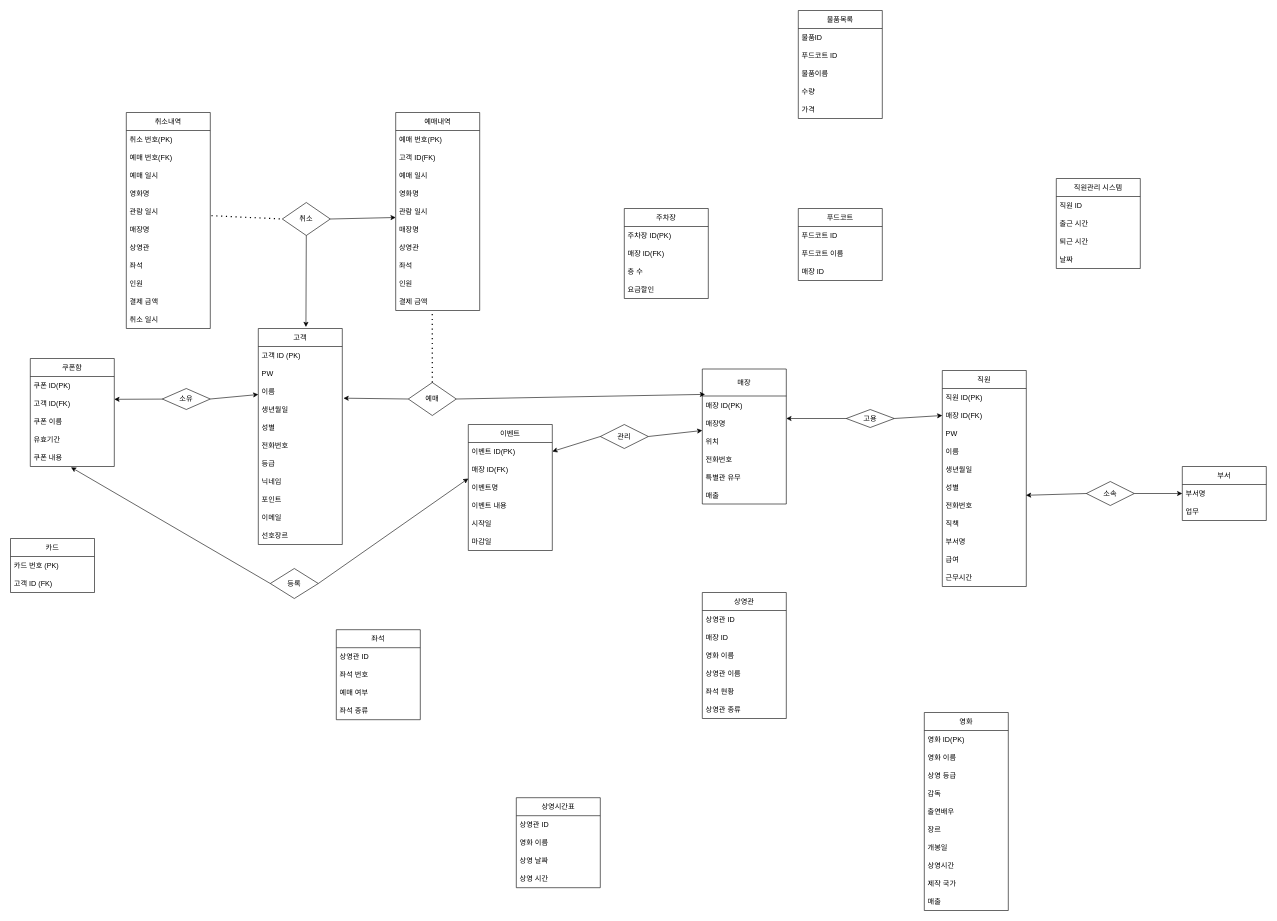
This is 영화관 merged.drawio from chacha0707/db, a draw.io file, before an edit. Source tidied: cells renumbered, new cells numbered last; positions are measured from the earlier drawing's top-left corner, leaving out a move shared by most shapes. Both pictures are drawn from the tidied source at 60%, with x=0, y=0 at pixel (10, 10).
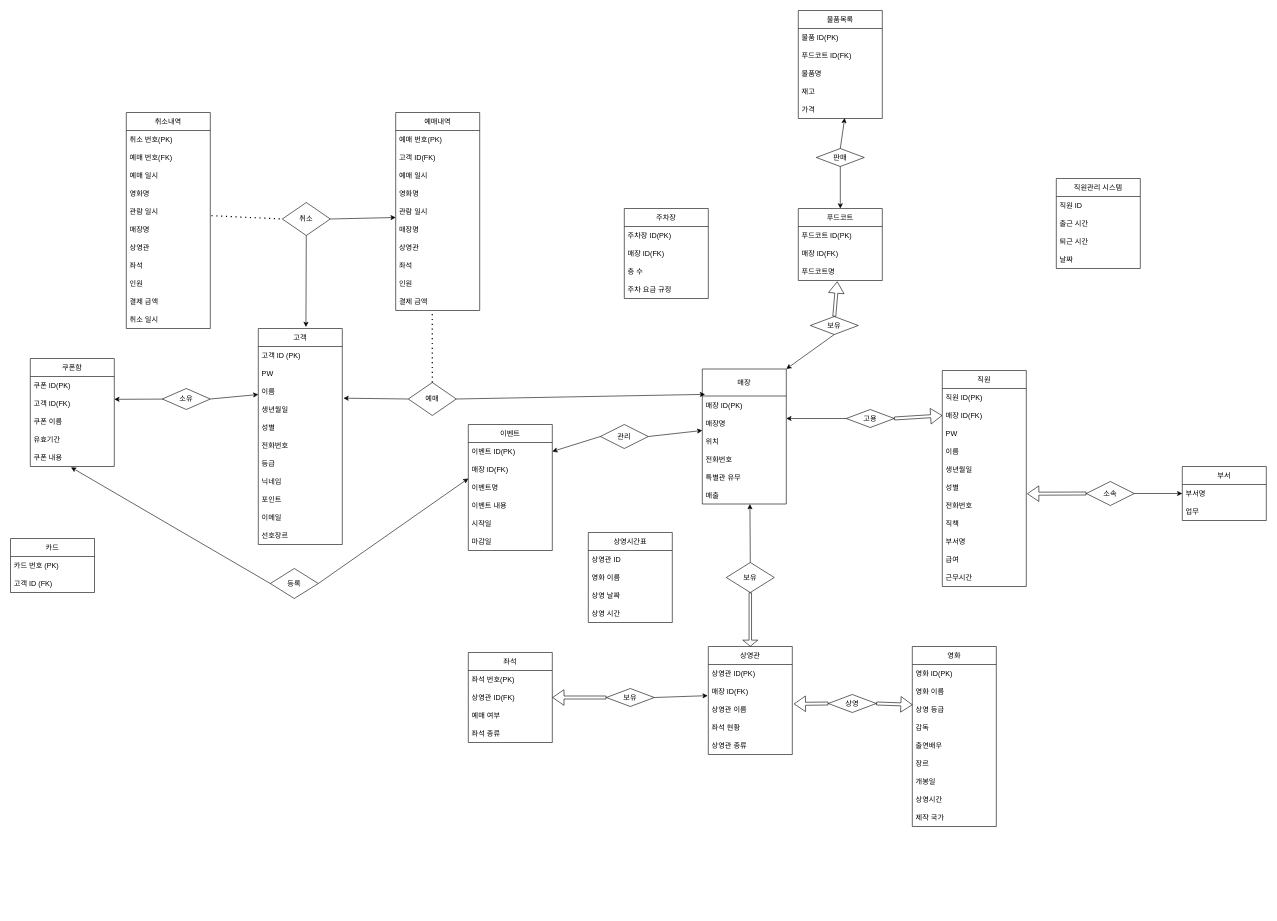
After the change.

The change refers to these unchanged cells:
```xml
<mxCell id="17" value="상영 등급" style="text;strokeColor=none;fillColor=none;align=left;verticalAlign=middle;spacingLeft=4;spacingRight=4;overflow=hidden;points=[[0,0.5],[1,0.5]];portConstraint=eastwest;" parent="14" vertex="1">
  <mxGeometry y="90" width="140" height="30" as="geometry" />
</mxCell>
<mxCell id="39" value="매장" style="swimlane;fontStyle=0;horizontal=1;startSize=45;" parent="1" vertex="1">
  <mxGeometry x="1153" y="597.5" width="140" height="225" as="geometry" />
</mxCell>
<mxCell id="45" value="매출" style="text;strokeColor=none;fillColor=none;align=left;verticalAlign=middle;spacingLeft=4;spacingRight=4;overflow=hidden;points=[[0,0.5],[1,0.5]];portConstraint=eastwest;" parent="39" vertex="1">
  <mxGeometry y="195" width="140" height="30" as="geometry" />
</mxCell>
<mxCell id="48" value="매장 ID(FK)" style="text;strokeColor=none;fillColor=none;align=left;verticalAlign=middle;spacingLeft=4;spacingRight=4;overflow=hidden;points=[[0,0.5],[1,0.5]];portConstraint=eastwest;" parent="46" vertex="1">
  <mxGeometry y="60" width="140" height="30" as="geometry" />
</mxCell>
<mxCell id="52" value="성별" style="text;strokeColor=none;fillColor=none;align=left;verticalAlign=middle;spacingLeft=4;spacingRight=4;overflow=hidden;points=[[0,0.5],[1,0.5]];portConstraint=eastwest;" parent="46" vertex="1">
  <mxGeometry y="180" width="140" height="30" as="geometry" />
</mxCell>
<mxCell id="59" value="부서명" style="text;strokeColor=none;fillColor=none;align=left;verticalAlign=middle;spacingLeft=4;spacingRight=4;overflow=hidden;points=[[0,0.5],[1,0.5]];portConstraint=eastwest;" parent="58" vertex="1">
  <mxGeometry y="30" width="140" height="30" as="geometry" />
</mxCell>
<mxCell id="90" value="푸드코트" style="swimlane;fontStyle=0;horizontal=1;startSize=30;" parent="1" vertex="1">
  <mxGeometry x="1313" y="330" width="140" height="120" as="geometry" />
</mxCell>
<mxCell id="100" value="물품목록" style="swimlane;fontStyle=0;horizontal=1;startSize=30;" parent="1" vertex="1">
  <mxGeometry x="1313" width="140" height="180" as="geometry" />
</mxCell>
<mxCell id="105" value="가격" style="text;strokeColor=none;fillColor=none;align=left;verticalAlign=middle;spacingLeft=4;spacingRight=4;overflow=hidden;points=[[0,0.5],[1,0.5]];portConstraint=eastwest;" parent="100" vertex="1">
  <mxGeometry y="150" width="140" height="30" as="geometry" />
</mxCell>
<mxCell id="106" value="주차장" style="swimlane;fontStyle=0;horizontal=1;startSize=30;" parent="1" vertex="1">
  <mxGeometry x="1023" y="330" width="140" height="150" as="geometry" />
</mxCell>
<mxCell id="140" value="고용" style="rhombus;whiteSpace=wrap;html=1;" parent="1" vertex="1">
  <mxGeometry x="1392.9" y="665" width="80" height="30" as="geometry" />
</mxCell>
<mxCell id="143" value="소속" style="rhombus;whiteSpace=wrap;html=1;" parent="1" vertex="1">
  <mxGeometry x="1793" y="785" width="80" height="40" as="geometry" />
</mxCell>
```

What changed in the source:
```diff
@@
     <mxCell id="14" value="영화" style="swimlane;fontStyle=0;horizontal=1;startSize=30;" parent="1" vertex="1">
-      <mxGeometry x="1523" y="1170" width="140" height="330" as="geometry" />
+      <mxGeometry x="1503" y="1060" width="140" height="300" as="geometry" />
     </mxCell>
@@
-    <mxCell id="24" value="매출" style="text;strokeColor=none;fillColor=none;align=left;verticalAlign=middle;spacingLeft=4;spacingRight=4;overflow=hidden;" parent="14" vertex="1">
-      <mxGeometry y="300" width="140" height="30" as="geometry" />
-    </mxCell>
@@
     <mxCell id="27" value="상영시간표" style="swimlane;fontStyle=0;horizontal=1;startSize=30;" parent="1" vertex="1">
-      <mxGeometry x="843" y="1312" width="140" height="150" as="geometry" />
+      <mxGeometry x="963" y="870" width="140" height="150" as="geometry" />
     </mxCell>
@@
     <mxCell id="32" value="상영관" style="swimlane;fontStyle=0;horizontal=1;startSize=30;" parent="1" vertex="1">
-      <mxGeometry x="1153" y="970" width="140" height="210" as="geometry" />
+      <mxGeometry x="1163" y="1060" width="140" height="180" as="geometry" />
     </mxCell>
-    <mxCell id="33" value="상영관 ID" style="text;strokeColor=none;fillColor=none;align=left;verticalAlign=middle;spacingLeft=4;spacingRight=4;overflow=hidden;" parent="32" vertex="1">
+    <mxCell id="33" value="상영관 ID(PK)" style="text;strokeColor=none;fillColor=none;align=left;verticalAlign=middle;spacingLeft=4;spacingRight=4;overflow=hidden;" parent="32" vertex="1">
       <mxGeometry y="30" width="140" height="30" as="geometry" />
     </mxCell>
-    <mxCell id="34" value="매장 ID" style="text;strokeColor=none;fillColor=none;align=left;verticalAlign=middle;spacingLeft=4;spacingRight=4;overflow=hidden;points=[[0,0.5],[1,0.5]];portConstraint=eastwest;" parent="32" vertex="1">
+    <mxCell id="34" value="매장 ID(FK)" style="text;strokeColor=none;fillColor=none;align=left;verticalAlign=middle;spacingLeft=4;spacingRight=4;overflow=hidden;points=[[0,0.5],[1,0.5]];portConstraint=eastwest;" parent="32" vertex="1">
       <mxGeometry y="60" width="140" height="30" as="geometry" />
     </mxCell>
-    <mxCell id="35" value="영화 이름" style="text;strokeColor=none;fillColor=none;align=left;verticalAlign=middle;spacingLeft=4;spacingRight=4;overflow=hidden;" parent="32" vertex="1">
-      <mxGeometry y="90" width="140" height="30" as="geometry" />
-    </mxCell>
     <mxCell id="36" value="상영관 이름" style="text;strokeColor=none;fillColor=none;align=left;verticalAlign=middle;spacingLeft=4;spacingRight=4;overflow=hidden;points=[[0,0.5],[1,0.5]];portConstraint=eastwest;" parent="32" vertex="1">
-      <mxGeometry y="120" width="140" height="30" as="geometry" />
+      <mxGeometry y="90" width="140" height="30" as="geometry" />
     </mxCell>
     <mxCell id="37" value="좌석 현황" style="text;strokeColor=none;fillColor=none;align=left;verticalAlign=middle;spacingLeft=4;spacingRight=4;overflow=hidden;" parent="32" vertex="1">
-      <mxGeometry y="150" width="140" height="30" as="geometry" />
+      <mxGeometry y="120" width="140" height="30" as="geometry" />
     </mxCell>
     <mxCell id="38" value="상영관 종류" style="text;strokeColor=none;fillColor=none;align=left;verticalAlign=middle;spacingLeft=4;spacingRight=4;overflow=hidden;" parent="32" vertex="1">
-      <mxGeometry y="180" width="140" height="30" as="geometry" />
+      <mxGeometry y="150" width="140" height="30" as="geometry" />
     </mxCell>
@@
     <mxCell id="73" value="좌석" style="swimlane;fontStyle=0;horizontal=1;startSize=30;" parent="1" vertex="1">
-      <mxGeometry x="543" y="1032" width="140" height="150" as="geometry" />
+      <mxGeometry x="763" y="1070" width="140" height="150" as="geometry" />
     </mxCell>
-    <mxCell id="74" value="상영관 ID" style="text;strokeColor=none;fillColor=none;align=left;verticalAlign=middle;spacingLeft=4;spacingRight=4;overflow=hidden;" parent="73" vertex="1">
+    <mxCell id="74" value="좌석 번호(PK)" style="text;strokeColor=none;fillColor=none;align=left;verticalAlign=middle;spacingLeft=4;spacingRight=4;overflow=hidden;" parent="73" vertex="1">
       <mxGeometry y="30" width="140" height="30" as="geometry" />
     </mxCell>
-    <mxCell id="75" value="좌석 번호" style="text;strokeColor=none;fillColor=none;align=left;verticalAlign=middle;spacingLeft=4;spacingRight=4;overflow=hidden;points=[[0,0.5],[1,0.5]];portConstraint=eastwest;" parent="73" vertex="1">
+    <mxCell id="75" value="상영관 ID(FK)" style="text;strokeColor=none;fillColor=none;align=left;verticalAlign=middle;spacingLeft=4;spacingRight=4;overflow=hidden;points=[[0,0.5],[1,0.5]];portConstraint=eastwest;" parent="73" vertex="1">
       <mxGeometry y="60" width="140" height="30" as="geometry" />
     </mxCell>
@@
-    <mxCell id="91" value="푸드코트 ID" style="text;strokeColor=none;fillColor=none;align=left;verticalAlign=middle;spacingLeft=4;spacingRight=4;overflow=hidden;" parent="90" vertex="1">
+    <mxCell id="91" value="푸드코트 ID(PK)" style="text;strokeColor=none;fillColor=none;align=left;verticalAlign=middle;spacingLeft=4;spacingRight=4;overflow=hidden;" parent="90" vertex="1">
       <mxGeometry y="30" width="140" height="30" as="geometry" />
     </mxCell>
+    <mxCell id="146" value="매장 ID(FK)" style="text;strokeColor=none;fillColor=none;align=left;verticalAlign=middle;spacingLeft=4;spacingRight=4;overflow=hidden;" parent="90" vertex="1">
+      <mxGeometry y="60" width="140" height="30" as="geometry" />
+    </mxCell>
-    <mxCell id="92" value="푸드코트 이름" style="text;strokeColor=none;fillColor=none;align=left;verticalAlign=middle;spacingLeft=4;spacingRight=4;overflow=hidden;points=[[0,0.5],[1,0.5]];portConstraint=eastwest;" parent="90" vertex="1">
-      <mxGeometry y="60" width="140" height="30" as="geometry" />
+    <mxCell id="92" value="푸드코트명" style="text;strokeColor=none;fillColor=none;align=left;verticalAlign=middle;spacingLeft=4;spacingRight=4;overflow=hidden;points=[[0,0.5],[1,0.5]];portConstraint=eastwest;" parent="90" vertex="1">
+      <mxGeometry y="90" width="140" height="30" as="geometry" />
     </mxCell>
-    <mxCell id="93" value="매장 ID" style="text;strokeColor=none;fillColor=none;align=left;verticalAlign=middle;spacingLeft=4;spacingRight=4;overflow=hidden;" parent="90" vertex="1">
-      <mxGeometry y="90" width="140" height="30" as="geometry" />
-    </mxCell>
@@
-    <mxCell id="101" value="물품ID" style="text;strokeColor=none;fillColor=none;align=left;verticalAlign=middle;spacingLeft=4;spacingRight=4;overflow=hidden;" parent="100" vertex="1">
+    <mxCell id="101" value="물품 ID(PK)" style="text;strokeColor=none;fillColor=none;align=left;verticalAlign=middle;spacingLeft=4;spacingRight=4;overflow=hidden;" parent="100" vertex="1">
       <mxGeometry y="30" width="140" height="30" as="geometry" />
     </mxCell>
-    <mxCell id="102" value="푸드코트 ID" style="text;strokeColor=none;fillColor=none;align=left;verticalAlign=middle;spacingLeft=4;spacingRight=4;overflow=hidden;" parent="100" vertex="1">
+    <mxCell id="102" value="푸드코트 ID(FK)" style="text;strokeColor=none;fillColor=none;align=left;verticalAlign=middle;spacingLeft=4;spacingRight=4;overflow=hidden;" parent="100" vertex="1">
       <mxGeometry y="60" width="140" height="30" as="geometry" />
     </mxCell>
-    <mxCell id="103" value="물품이름" style="text;strokeColor=none;fillColor=none;align=left;verticalAlign=middle;spacingLeft=4;spacingRight=4;overflow=hidden;" parent="100" vertex="1">
+    <mxCell id="103" value="물품명" style="text;strokeColor=none;fillColor=none;align=left;verticalAlign=middle;spacingLeft=4;spacingRight=4;overflow=hidden;" parent="100" vertex="1">
       <mxGeometry y="90" width="140" height="30" as="geometry" />
     </mxCell>
-    <mxCell id="104" value="수량" style="text;strokeColor=none;fillColor=none;align=left;verticalAlign=middle;spacingLeft=4;spacingRight=4;overflow=hidden;" parent="100" vertex="1">
+    <mxCell id="104" value="재고" style="text;strokeColor=none;fillColor=none;align=left;verticalAlign=middle;spacingLeft=4;spacingRight=4;overflow=hidden;" parent="100" vertex="1">
       <mxGeometry y="120" width="140" height="30" as="geometry" />
     </mxCell>
@@
-    <mxCell id="110" value="요금할인" style="text;strokeColor=none;fillColor=none;align=left;verticalAlign=middle;spacingLeft=4;spacingRight=4;overflow=hidden;" parent="106" vertex="1">
+    <mxCell id="110" value="주차 요금 규정" style="text;strokeColor=none;fillColor=none;align=left;verticalAlign=middle;spacingLeft=4;spacingRight=4;overflow=hidden;" parent="106" vertex="1">
       <mxGeometry y="120" width="140" height="30" as="geometry" />
     </mxCell>
@@
-    <mxCell id="141" style="endArrow=classic;html=1;rounded=0;exitX=1;exitY=0.5;exitDx=0;exitDy=0;entryX=0;entryY=0.5;entryDx=0;entryDy=0;" parent="1" edge="1" source="140" target="48">
-      <mxGeometry relative="1" as="geometry" />
-    </mxCell>
@@
+    <mxCell id="145" style="endArrow=classic;html=1;rounded=0;exitX=1;exitY=0.5;exitDx=0;exitDy=0;entryX=0;entryY=0.5;entryDx=0;entryDy=0;" parent="1" edge="1" source="143" target="59">
+      <mxGeometry relative="1" as="geometry" />
+    </mxCell>
+    <mxCell id="147" value="보유" style="rhombus;whiteSpace=wrap;html=1;" parent="1" vertex="1">
+      <mxGeometry x="1333" y="510" width="80" height="30" as="geometry" />
+    </mxCell>
+    <mxCell id="148" style="endArrow=classic;html=1;rounded=0;exitX=0.5;exitY=1;exitDx=0;exitDy=0;entryX=1;entryY=0;entryDx=0;entryDy=0;" parent="1" edge="1" source="147" target="39">
+      <mxGeometry relative="1" as="geometry" />
+    </mxCell>
+    <mxCell id="149" value="판매" style="rhombus;whiteSpace=wrap;html=1;" parent="1" vertex="1">
+      <mxGeometry x="1343" y="230" width="80" height="30" as="geometry" />
+    </mxCell>
+    <mxCell id="150" style="endArrow=classic;html=1;rounded=0;entryX=0.552;entryY=0.972;entryDx=0;entryDy=0;entryPerimeter=0;exitX=0.5;exitY=0;exitDx=0;exitDy=0;" parent="1" edge="1" source="149" target="105">
+      <mxGeometry relative="1" as="geometry" />
+    </mxCell>
+    <mxCell id="151" style="endArrow=classic;html=1;rounded=0;exitX=0.5;exitY=1;exitDx=0;exitDy=0;entryX=0.5;entryY=0;entryDx=0;entryDy=0;" parent="1" edge="1" source="149" target="90">
+      <mxGeometry relative="1" as="geometry" />
+    </mxCell>
+    <mxCell id="152" value="보유" style="rhombus;whiteSpace=wrap;html=1;" parent="1" vertex="1">
+      <mxGeometry x="1193" y="920" width="80" height="50" as="geometry" />
+    </mxCell>
+    <mxCell id="153" style="endArrow=classic;html=1;rounded=0;exitX=0.5;exitY=0;exitDx=0;exitDy=0;entryX=0.567;entryY=1.004;entryDx=0;entryDy=0;entryPerimeter=0;" parent="1" edge="1" source="152" target="45">
+      <mxGeometry relative="1" as="geometry" />
+    </mxCell>
+    <mxCell id="154" style="shape=flexArrow;endArrow=classic;html=1;rounded=0;entryX=0.5;entryY=0;entryDx=0;entryDy=0;exitX=0.5;exitY=1;exitDx=0;exitDy=0;width=4.137931034482759;endSize=3.03448275862069;" parent="1" edge="1" source="152" target="32">
+      <mxGeometry relative="1" as="geometry" />
+    </mxCell>
+    <mxCell id="155" value="보유" style="rhombus;whiteSpace=wrap;html=1;" parent="1" vertex="1">
+      <mxGeometry x="993" y="1130" width="80" height="30" as="geometry" />
+    </mxCell>
+    <mxCell id="141" style="shape=flexArrow;endArrow=classic;html=1;rounded=0;entryX=0;entryY=0.5;entryDx=0;entryDy=0;exitX=1;exitY=0.5;exitDx=0;exitDy=0;width=5;" parent="1" edge="1" source="140" target="48">
+      <mxGeometry relative="1" as="geometry" />
+    </mxCell>
+    <mxCell id="156" style="shape=flexArrow;endArrow=classic;html=1;rounded=0;width=5;entryX=0.464;entryY=1.053;entryDx=0;entryDy=0;entryPerimeter=0;exitX=0.5;exitY=0;exitDx=0;exitDy=0;" parent="1" edge="1" source="147" target="92">
+      <mxGeometry relative="1" as="geometry" />
+    </mxCell>
-    <mxCell id="144" style="endArrow=classic;html=1;rounded=0;entryX=0.996;entryY=0.933;entryDx=0;entryDy=0;entryPerimeter=0;exitX=0;exitY=0.5;exitDx=0;exitDy=0;" parent="1" edge="1" source="143" target="52">
+    <mxCell id="144" style="shape=flexArrow;endArrow=classic;html=1;rounded=0;width=5;exitX=0;exitY=0.5;exitDx=0;exitDy=0;entryX=1.01;entryY=0.846;entryDx=0;entryDy=0;entryPerimeter=0;" parent="1" edge="1" source="143" target="52">
       <mxGeometry relative="1" as="geometry" />
     </mxCell>
-    <mxCell id="145" style="endArrow=classic;html=1;rounded=0;exitX=1;exitY=0.5;exitDx=0;exitDy=0;entryX=0;entryY=0.5;entryDx=0;entryDy=0;" parent="1" edge="1" source="143" target="59">
-      <mxGeometry relative="1" as="geometry" />
-    </mxCell>
+    <mxCell id="157" style="shape=flexArrow;endArrow=classic;html=1;rounded=0;exitX=0;exitY=0.5;exitDx=0;exitDy=0;width=5;" parent="1" edge="1" source="155" target="75">
+      <mxGeometry relative="1" as="geometry" />
+    </mxCell>
+    <mxCell id="158" value="상영" style="rhombus;whiteSpace=wrap;html=1;" parent="1" vertex="1">
+      <mxGeometry x="1363" y="1140" width="80" height="30" as="geometry" />
+    </mxCell>
+    <mxCell id="159" style="endArrow=classic;html=1;rounded=0;entryX=-0.007;entryY=0.731;entryDx=0;entryDy=0;entryPerimeter=0;exitX=1;exitY=0.5;exitDx=0;exitDy=0;" parent="1" edge="1" source="155" target="34">
+      <mxGeometry relative="1" as="geometry" />
+    </mxCell>
+    <mxCell id="160" style="shape=flexArrow;endArrow=classic;html=1;rounded=0;width=5;entryX=0.003;entryY=0.237;entryDx=0;entryDy=0;entryPerimeter=0;exitX=1;exitY=0.5;exitDx=0;exitDy=0;" parent="1" edge="1" source="158" target="17">
+      <mxGeometry relative="1" as="geometry" />
+    </mxCell>
+    <mxCell id="161" style="shape=flexArrow;endArrow=classic;html=1;rounded=0;width=5;exitX=0;exitY=0.5;exitDx=0;exitDy=0;entryX=1.018;entryY=0.191;entryDx=0;entryDy=0;entryPerimeter=0;" parent="1" edge="1" source="158" target="36">
+      <mxGeometry relative="1" as="geometry" />
+    </mxCell>
```
